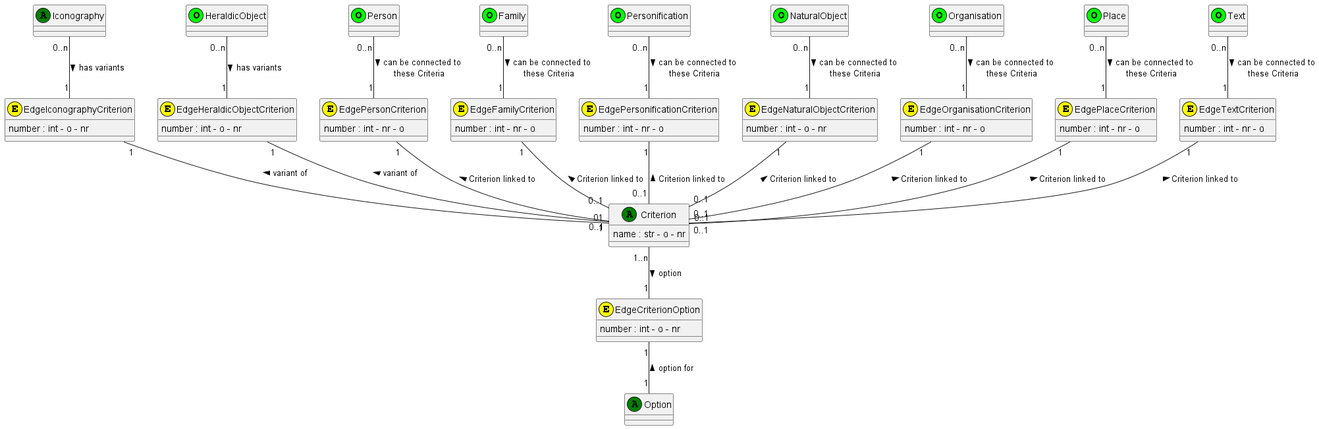
The PlantUML diagram documentation/class_diagrams/Criterion.png in tmasch/bpf_be, before a commit.
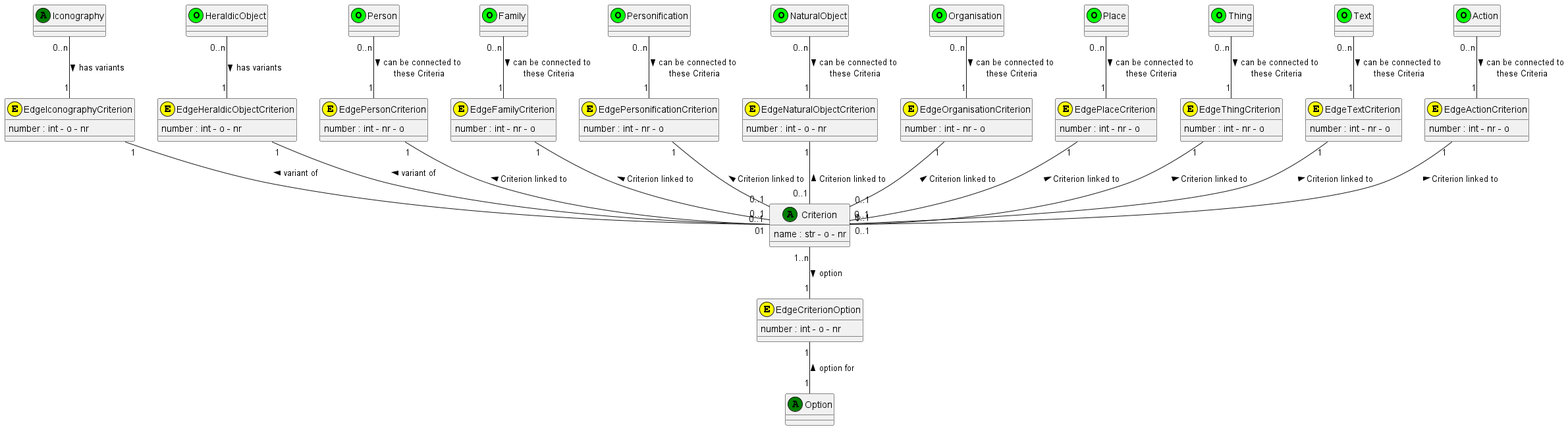
The same diagram one commit later.

Diff of the diagram source:
```diff
@@ -18,7 +18,11 @@
 
 class Place <<(O,lime)>>
 
+class Thing <<(O,lime)>>
+
 class Text <<(O,lime)>>
+
+class Action <<(O,lime)>>
 
 class Option <<(A,green)>>
 
@@ -46,8 +50,14 @@
 class EdgePlaceCriterion <<(E,yellow)>>
 EdgePlaceCriterion : number : int - nr - o
 
+class EdgeThingCriterion <<(E,yellow)>>
+EdgeThingCriterion : number : int - nr - o
+
 class EdgeTextCriterion <<(E,yellow)>>
 EdgeTextCriterion : number : int - nr - o
+
+class EdgeActionCriterion <<(E,yellow)>>
+EdgeActionCriterion : number : int - nr - o
 
 class EdgeCriterionOption <<(E,yellow)>>
 EdgeCriterionOption : number : int - o - nr
@@ -79,8 +89,14 @@
 Place "0..n" -- "1" EdgePlaceCriterion : > can be connected to \n these Criteria
 EdgePlaceCriterion "1" -- "0..1" Criterion : \n Criterion linked to <
 
+Thing "0..n" -- "1" EdgeThingCriterion : > can be connected to \n these Criteria
+EdgeThingCriterion "1" -- "0..1" Criterion : \n Criterion linked to <
+
 Text "0..n" -- "1" EdgeTextCriterion : > can be connected to \n these Criteria
 EdgeTextCriterion "1" -- "0..1" Criterion : \n Criterion linked to <
+
+Action "0..n" -- "1" EdgeActionCriterion : > can be connected to \n these Criteria
+EdgeActionCriterion "1" -- "1" Criterion : \n Criterion linked to <
 
 
 
```
